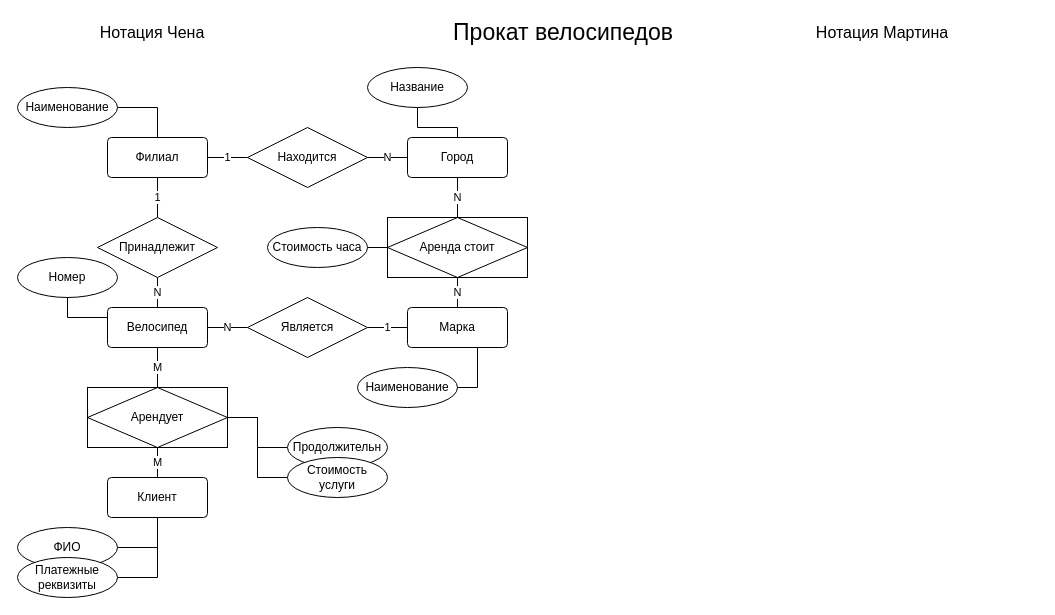
This is solutions/8.bike.rental.drawio from kireyevsv/nsu-course-databases-lab-er, a draw.io file, before an edit. Source tidied: cells renumbered, new cells numbered last; positions are measured from the earlier drawing's top-left corner, leaving out a move shared by most shapes. Both pictures are drawn from the tidied source at 100%, with x=0, y=0 at pixel (17, 17).
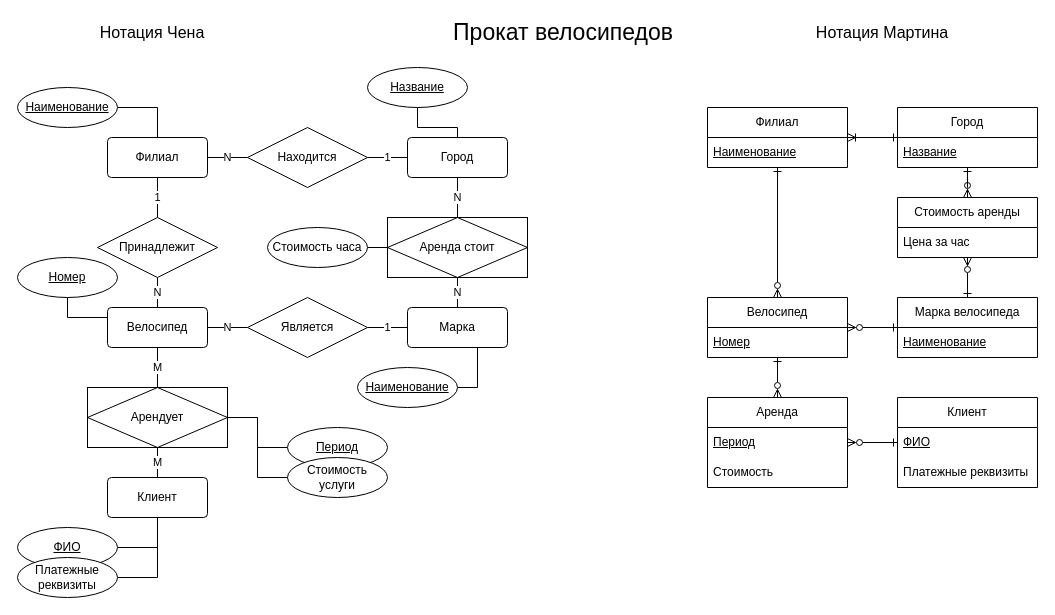
Above is the later version.

Unchanged cells that the change refers to:
```xml
<mxCell id="4" value="Филиал" style="rounded=1;arcSize=10;whiteSpace=wrap;html=1;align=center;" parent="1" vertex="1">
  <mxGeometry x="90" y="120" width="100" height="40" as="geometry" />
</mxCell>
<mxCell id="9" value="Город" style="rounded=1;arcSize=10;whiteSpace=wrap;html=1;align=center;" parent="1" vertex="1">
  <mxGeometry x="390" y="120" width="100" height="40" as="geometry" />
</mxCell>
<mxCell id="12" value="Находится" style="shape=rhombus;perimeter=rhombusPerimeter;whiteSpace=wrap;html=1;align=center;" parent="1" vertex="1">
  <mxGeometry x="230" y="110" width="120" height="60" as="geometry" />
</mxCell>
```

Change to the diagram source:
```diff
@@
-    <mxCell id="3" value="1" style="edgeStyle=orthogonalEdgeStyle;rounded=0;jettySize=auto;html=1;endArrow=none;endFill=0;" parent="1" edge="1" source="4" target="12">
+    <mxCell id="3" value="N" style="edgeStyle=orthogonalEdgeStyle;rounded=0;jettySize=auto;html=1;endArrow=none;endFill=0;" parent="1" edge="1" source="4" target="12">
       <mxGeometry relative="1" as="geometry" />
     </mxCell>
@@
-    <mxCell id="11" value="N" style="edgeStyle=orthogonalEdgeStyle;rounded=0;jettySize=auto;html=1;endArrow=none;endFill=0;" parent="1" edge="1" source="12" target="9">
+    <mxCell id="11" value="1" style="edgeStyle=orthogonalEdgeStyle;rounded=0;jettySize=auto;html=1;endArrow=none;endFill=0;" parent="1" edge="1" source="12" target="9">
       <mxGeometry relative="1" as="geometry" />
     </mxCell>
@@
-    <mxCell id="26" value="Наименование" style="ellipse;whiteSpace=wrap;html=1;align=center;" parent="1" vertex="1">
+    <mxCell id="26" value="Наименование" style="ellipse;whiteSpace=wrap;html=1;align=center;fontStyle=4;" parent="1" vertex="1">
       <mxGeometry y="70" width="100" height="40" as="geometry" />
     </mxCell>
@@
-    <mxCell id="28" value="Номер" style="ellipse;whiteSpace=wrap;html=1;align=center;" parent="1" vertex="1">
+    <mxCell id="28" value="Номер" style="ellipse;whiteSpace=wrap;html=1;align=center;fontStyle=4;" parent="1" vertex="1">
       <mxGeometry y="240" width="100" height="40" as="geometry" />
     </mxCell>
@@
-    <mxCell id="30" value="Наименование" style="ellipse;whiteSpace=wrap;html=1;align=center;" parent="1" vertex="1">
+    <mxCell id="30" value="Наименование" style="ellipse;whiteSpace=wrap;html=1;align=center;fontStyle=4;" parent="1" vertex="1">
       <mxGeometry x="340" y="350" width="100" height="40" as="geometry" />
     </mxCell>
@@
-    <mxCell id="32" value="ФИО" style="ellipse;whiteSpace=wrap;html=1;align=center;" parent="1" vertex="1">
+    <mxCell id="32" value="ФИО" style="ellipse;whiteSpace=wrap;html=1;align=center;fontStyle=4;" parent="1" vertex="1">
       <mxGeometry y="510" width="100" height="40" as="geometry" />
     </mxCell>
@@
-    <mxCell id="38" value="Продолжительн" style="ellipse;whiteSpace=wrap;html=1;align=center;" parent="1" vertex="1">
+    <mxCell id="38" value="Период" style="ellipse;whiteSpace=wrap;html=1;align=center;fontStyle=4;" parent="1" vertex="1">
       <mxGeometry x="270" y="410" width="100" height="40" as="geometry" />
     </mxCell>
@@
-    <mxCell id="42" value="Название" style="ellipse;whiteSpace=wrap;html=1;align=center;" parent="1" vertex="1">
+    <mxCell id="42" value="Название" style="ellipse;whiteSpace=wrap;html=1;align=center;fontStyle=4;" parent="1" vertex="1">
       <mxGeometry x="350" y="50" width="100" height="40" as="geometry" />
     </mxCell>
+    <mxCell id="43" style="edgeStyle=orthogonalEdgeStyle;rounded=0;jettySize=auto;html=1;startArrow=ERoneToMany;startFill=0;endArrow=ERone;endFill=0;" parent="1" edge="1" source="45" target="47">
+      <mxGeometry relative="1" as="geometry" />
+    </mxCell>
+    <mxCell id="44" style="edgeStyle=orthogonalEdgeStyle;rounded=0;jettySize=auto;html=1;startArrow=ERone;startFill=0;endArrow=ERzeroToMany;endFill=0;" parent="1" edge="1" source="45" target="51">
+      <mxGeometry relative="1" as="geometry" />
+    </mxCell>
+    <mxCell id="45" value="Филиал" style="swimlane;fontStyle=0;horizontal=1;startSize=30;whiteSpace=wrap;html=1;" parent="1" vertex="1">
+      <mxGeometry x="690" y="90" width="140" height="60" as="geometry" />
+    </mxCell>
+    <mxCell id="46" value="Наименование" style="text;strokeColor=none;fillColor=none;align=left;verticalAlign=middle;spacingLeft=4;spacingRight=4;overflow=hidden;whiteSpace=wrap;html=1;fontStyle=4;" parent="45" vertex="1">
+      <mxGeometry y="30" width="140" height="30" as="geometry" />
+    </mxCell>
+    <mxCell id="47" value="Город" style="swimlane;fontStyle=0;horizontal=1;startSize=30;whiteSpace=wrap;html=1;" parent="1" vertex="1">
+      <mxGeometry x="880" y="90" width="140" height="60" as="geometry" />
+    </mxCell>
+    <mxCell id="48" value="Название" style="text;strokeColor=none;fillColor=none;align=left;verticalAlign=middle;spacingLeft=4;spacingRight=4;overflow=hidden;whiteSpace=wrap;html=1;fontStyle=4;" parent="47" vertex="1">
+      <mxGeometry y="30" width="140" height="30" as="geometry" />
+    </mxCell>
+    <mxCell id="49" style="edgeStyle=orthogonalEdgeStyle;rounded=0;jettySize=auto;html=1;startArrow=ERzeroToMany;startFill=0;endArrow=ERone;endFill=0;" parent="1" edge="1" source="51" target="57">
+      <mxGeometry relative="1" as="geometry" />
+    </mxCell>
+    <mxCell id="50" style="edgeStyle=orthogonalEdgeStyle;rounded=0;jettySize=auto;html=1;startArrow=ERone;startFill=0;endArrow=ERzeroToMany;endFill=0;" parent="1" edge="1" source="51" target="60">
+      <mxGeometry relative="1" as="geometry" />
+    </mxCell>
+    <mxCell id="51" value="Велосипед" style="swimlane;fontStyle=0;horizontal=1;startSize=30;whiteSpace=wrap;html=1;" parent="1" vertex="1">
+      <mxGeometry x="690" y="280" width="140" height="60" as="geometry" />
+    </mxCell>
+    <mxCell id="52" value="Номер" style="text;strokeColor=none;fillColor=none;align=left;verticalAlign=middle;spacingLeft=4;spacingRight=4;overflow=hidden;whiteSpace=wrap;html=1;fontStyle=4;" parent="51" vertex="1">
+      <mxGeometry y="30" width="140" height="30" as="geometry" />
+    </mxCell>
+    <mxCell id="53" style="edgeStyle=orthogonalEdgeStyle;rounded=0;jettySize=auto;html=1;endArrow=ERone;endFill=0;startArrow=ERzeroToMany;startFill=0;" parent="1" edge="1" source="55" target="47">
+      <mxGeometry relative="1" as="geometry" />
+    </mxCell>
+    <mxCell id="54" style="edgeStyle=orthogonalEdgeStyle;rounded=0;jettySize=auto;html=1;startArrow=ERzeroToMany;startFill=0;endArrow=ERone;endFill=0;" parent="1" edge="1" source="55" target="57">
+      <mxGeometry relative="1" as="geometry" />
+    </mxCell>
+    <mxCell id="55" value="Стоимость аренды" style="swimlane;fontStyle=0;horizontal=1;startSize=30;whiteSpace=wrap;html=1;" parent="1" vertex="1">
+      <mxGeometry x="880" y="180" width="140" height="60" as="geometry" />
+    </mxCell>
+    <mxCell id="56" value="Цена за час" style="text;strokeColor=none;fillColor=none;align=left;verticalAlign=middle;spacingLeft=4;spacingRight=4;overflow=hidden;whiteSpace=wrap;html=1;fontStyle=0;" parent="55" vertex="1">
+      <mxGeometry y="30" width="140" height="30" as="geometry" />
+    </mxCell>
+    <mxCell id="57" value="Марка велосипеда" style="swimlane;fontStyle=0;horizontal=1;startSize=30;whiteSpace=wrap;html=1;" parent="1" vertex="1">
+      <mxGeometry x="880" y="280" width="140" height="60" as="geometry" />
+    </mxCell>
+    <mxCell id="58" value="Наименование" style="text;strokeColor=none;fillColor=none;align=left;verticalAlign=middle;spacingLeft=4;spacingRight=4;overflow=hidden;whiteSpace=wrap;html=1;fontStyle=4;" parent="57" vertex="1">
+      <mxGeometry y="30" width="140" height="30" as="geometry" />
+    </mxCell>
+    <mxCell id="59" style="edgeStyle=orthogonalEdgeStyle;rounded=0;jettySize=auto;html=1;endArrow=ERone;endFill=0;startArrow=ERzeroToMany;startFill=0;" parent="1" edge="1" source="60" target="63">
+      <mxGeometry relative="1" as="geometry" />
+    </mxCell>
+    <mxCell id="60" value="Аренда" style="swimlane;fontStyle=0;horizontal=1;startSize=30;whiteSpace=wrap;html=1;" parent="1" vertex="1">
+      <mxGeometry x="690" y="380" width="140" height="90" as="geometry" />
+    </mxCell>
+    <mxCell id="61" value="Период" style="text;strokeColor=none;fillColor=none;align=left;verticalAlign=middle;spacingLeft=4;spacingRight=4;overflow=hidden;whiteSpace=wrap;html=1;fontStyle=4;" parent="60" vertex="1">
+      <mxGeometry y="30" width="140" height="30" as="geometry" />
+    </mxCell>
+    <mxCell id="62" value="Стоимость" style="text;strokeColor=none;fillColor=none;align=left;verticalAlign=middle;spacingLeft=4;spacingRight=4;overflow=hidden;whiteSpace=wrap;html=1;fontStyle=0;" parent="60" vertex="1">
+      <mxGeometry y="60" width="140" height="30" as="geometry" />
+    </mxCell>
+    <mxCell id="63" value="Клиент" style="swimlane;fontStyle=0;horizontal=1;startSize=30;whiteSpace=wrap;html=1;" parent="1" vertex="1">
+      <mxGeometry x="880" y="380" width="140" height="90" as="geometry" />
+    </mxCell>
+    <mxCell id="64" value="ФИО" style="text;strokeColor=none;fillColor=none;align=left;verticalAlign=middle;spacingLeft=4;spacingRight=4;overflow=hidden;whiteSpace=wrap;html=1;fontStyle=4;" parent="63" vertex="1">
+      <mxGeometry y="30" width="140" height="30" as="geometry" />
+    </mxCell>
+    <mxCell id="65" value="Платежные реквизиты" style="text;strokeColor=none;fillColor=none;align=left;verticalAlign=middle;spacingLeft=4;spacingRight=4;overflow=hidden;whiteSpace=wrap;html=1;fontStyle=0;" parent="63" vertex="1">
+      <mxGeometry y="60" width="140" height="30" as="geometry" />
+    </mxCell>
```
